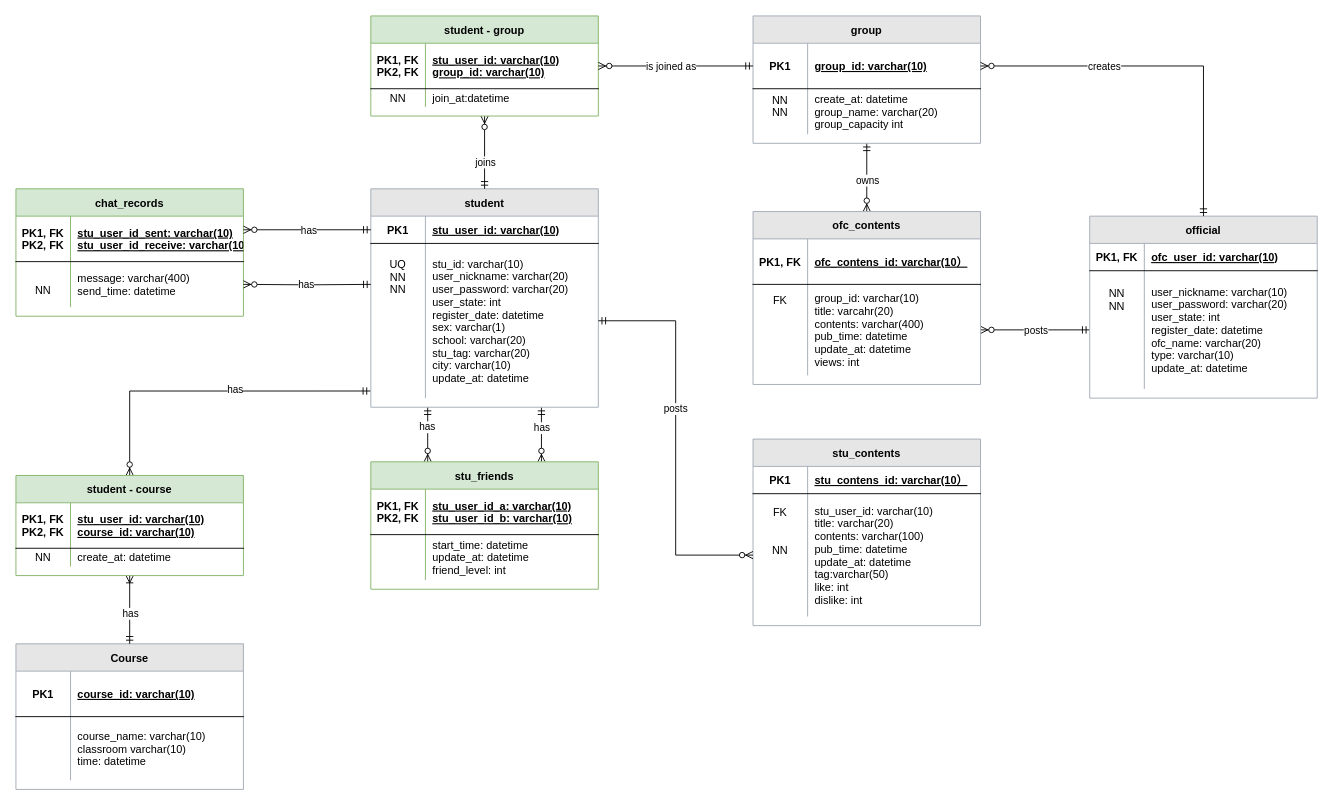
The draw.io diagram Database Schema Diagram.drawio in LeoHolmes416/Code-Symphony, before the edit. Source tidied: cells renumbered, new cells numbered last; positions are measured from the earlier drawing's top-left corner, leaving out a move shared by most shapes. Both pictures are drawn from the tidied source at 91%, with x=0, y=0 at pixel (15, 15).
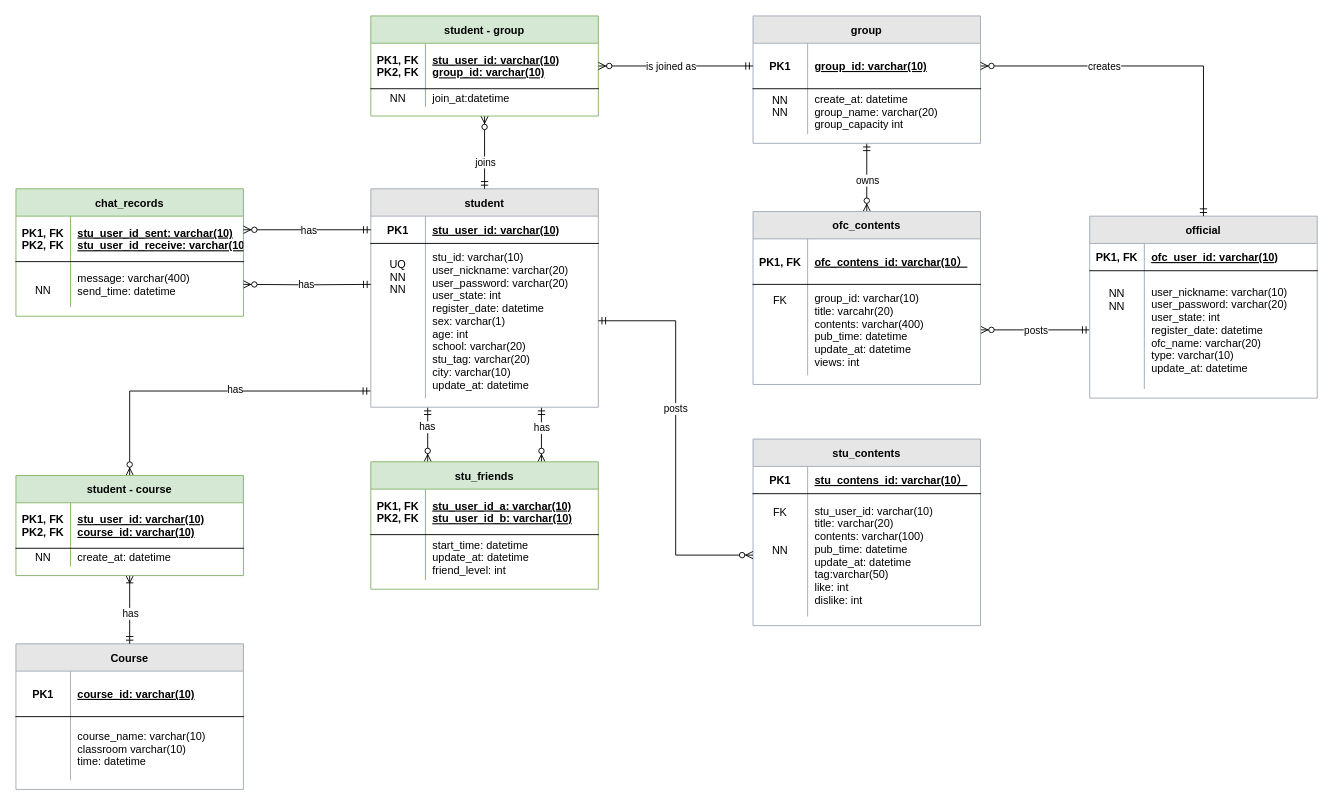
The same page after the edit.

Unchanged cells that the change refers to:
```xml
<mxCell id="10" style="shape=partialRectangle;fillColor=none;points=[[0,0.5],[1,0.5]];portConstraint=eastwest;top=0;left=0;right=0;bottom=0;" parent="6" vertex="1">
  <mxGeometry y="60" width="250" height="170" as="geometry" />
</mxCell>
```

What changed in the source:
```diff
@@
-    <mxCell id="12" value="stu_id: varchar(10)&#10;user_nickname: varchar(20)&#10;user_password: varchar(20)&#10;user_state: int&#10;register_date: datetime&#10;sex: varchar(1)&#10;school: varchar(20)&#10;stu_tag: varchar(20)&#10;city: varchar(10)&#10;update_at: datetime" style="shape=partialRectangle;overflow=hidden;fillColor=none;top=0;left=0;bottom=0;right=0;align=left;spacingLeft=6;" parent="10" vertex="1">
+    <mxCell id="12" value="stu_id: varchar(10)&#10;user_nickname: varchar(20)&#10;user_password: varchar(20)&#10;user_state: int&#10;register_date: datetime&#10;sex: varchar(1)&#10;age: int&#10;school: varchar(20)&#10;stu_tag: varchar(20)&#10;city: varchar(10)&#10;update_at: datetime" style="shape=partialRectangle;overflow=hidden;fillColor=none;top=0;left=0;bottom=0;right=0;align=left;spacingLeft=6;" parent="10" vertex="1">
       <mxGeometry x="60" width="190" height="170" as="geometry" />
     </mxCell>
```
